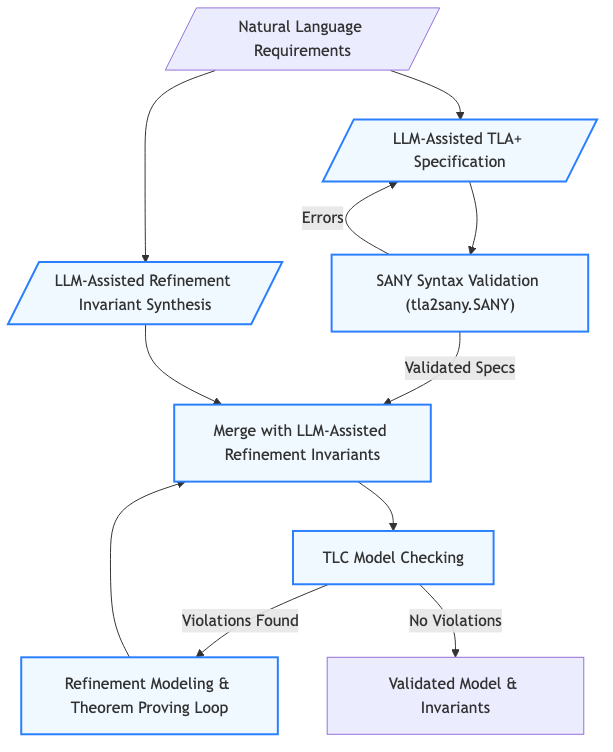
Before: blockchain/llm-tla.png, a diagram exported from Mermaid (Prof-it/formal-verification). Its source is kept beside it as blockchain/llm-tla.mmd.
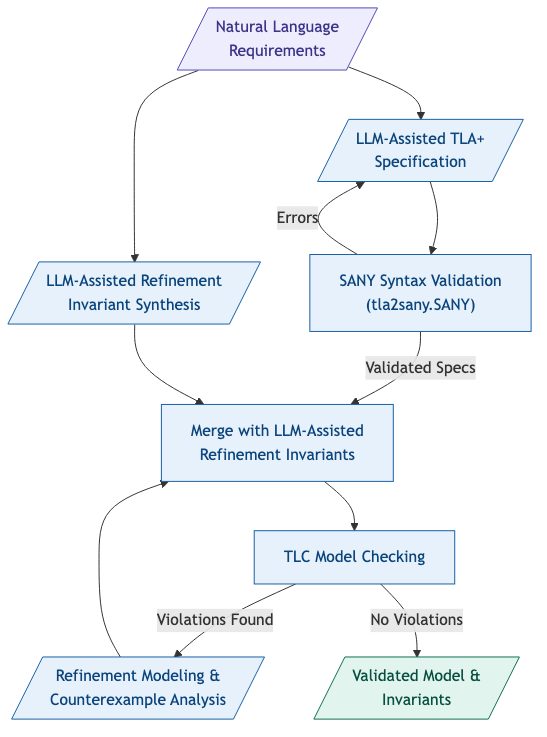
The same file after the commit.

What changed in the source:
```diff
@@ -1,18 +1,19 @@
 flowchart TD
-    NL["/Natural Language Requirements/"] --> LLM_SPEC["/LLM-Assisted TLA+ Specification/"]
-    LLM_SPEC --> SANY["SANY Syntax Validation (tla2sany.SANY)"]
-    SANY --> |Errors| LLM_SPEC
-    SANY --> |Validated Specs| MERGE["Merge with LLM-Assisted Refinement Invariants"]
+    NL[/"Natural Language<br/>Requirements"/]:::input
 
-    NL --> LLM_INV["/LLM-Assisted Refinement Invariant Synthesis/"]
-    LLM_INV --> MERGE
+    NL --> SPEC[/"LLM-Assisted TLA+<br/>Specification"/]:::step
+    SPEC --> SANY["SANY Syntax Validation<br/>(tla2sany.SANY)"]:::step
+    SANY -- "Errors" --> SPEC
+    SANY -- "Validated Specs" --> MERGE
 
-    MERGE --> TLC["TLC Model Checking"]
-    TLC --> |Violations Found| REFINE["Refinement Modeling & Theorem Proving Loop"]
-    REFINE --> MERGE
+    NL --> INV[/"LLM-Assisted Refinement<br/>Invariant Synthesis"/]:::step
+    INV --> MERGE["Merge with LLM-Assisted<br/>Refinement Invariants"]:::step
 
-    TLC --> |No Violations| DONE["Validated Model & Invariants"]
+    MERGE --> TLC["TLC Model Checking"]:::step
+    TLC -- "Violations Found" --> REPAIR[/"Refinement Modeling &<br/>Counterexample Analysis"/]:::step
+    REPAIR --> MERGE
+    TLC -- "No Violations" --> VALID[/"Validated Model &<br/>Invariants"/]:::output
 
-    classDef loop fill:#fff,stroke:#2a7fff,stroke-width:2px,color:#000;
-    classDef default fill:#fff,stroke:#2a7fff,stroke-width:2px,color:#000;
-    class LLM_SPEC,SANY,LLM_INV,MERGE,TLC,REFINE loop;
+    classDef input  fill:#EEEDFE,stroke:#534AB7,color:#3C3489
+    classDef step   fill:#E6F1FB,stroke:#185FA5,color:#0C447C
+    classDef output fill:#E1F5EE,stroke:#0F6E56,color:#085041
```
